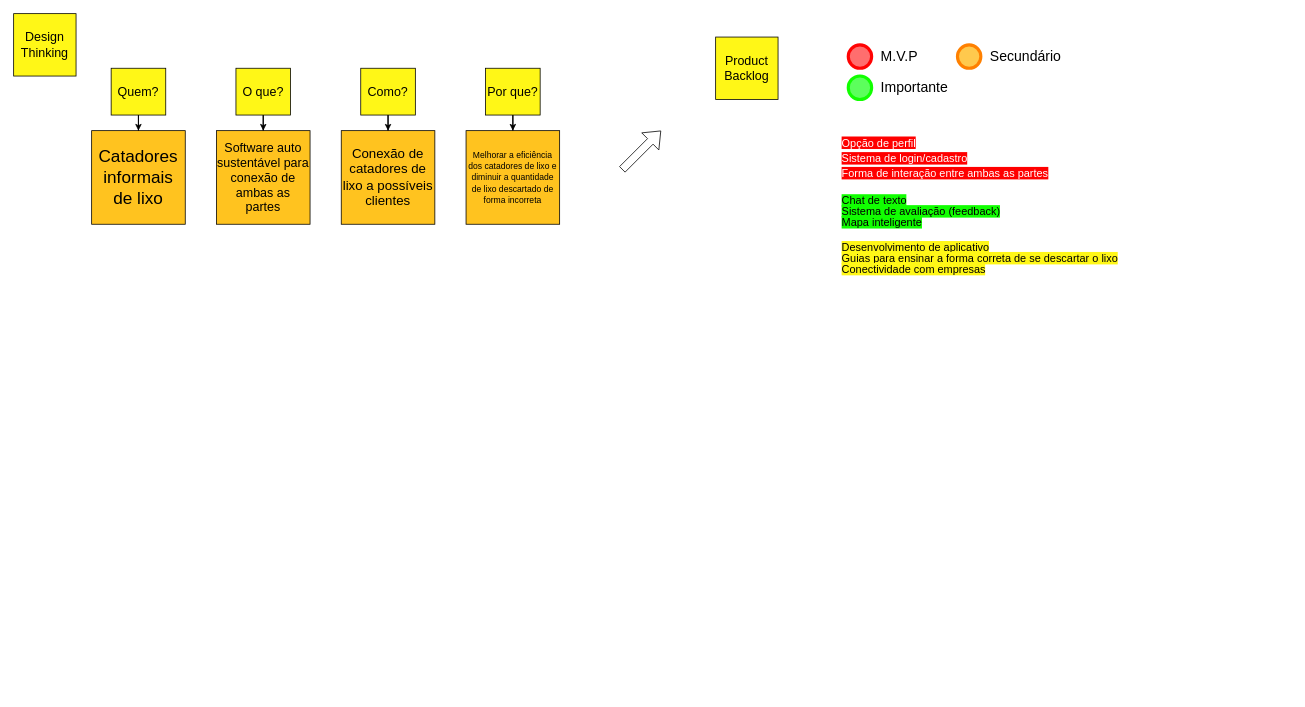
Above: conceitos/colet.drawio in DanielDamb72/colet (draw.io), before the change. Source tidied: cells renumbered, new cells numbered last; positions are measured from the earlier drawing's top-left corner, leaving out a move shared by most shapes. Both pictures are drawn from the tidied source at 78%, with x=0, y=0 at pixel (13, 13).
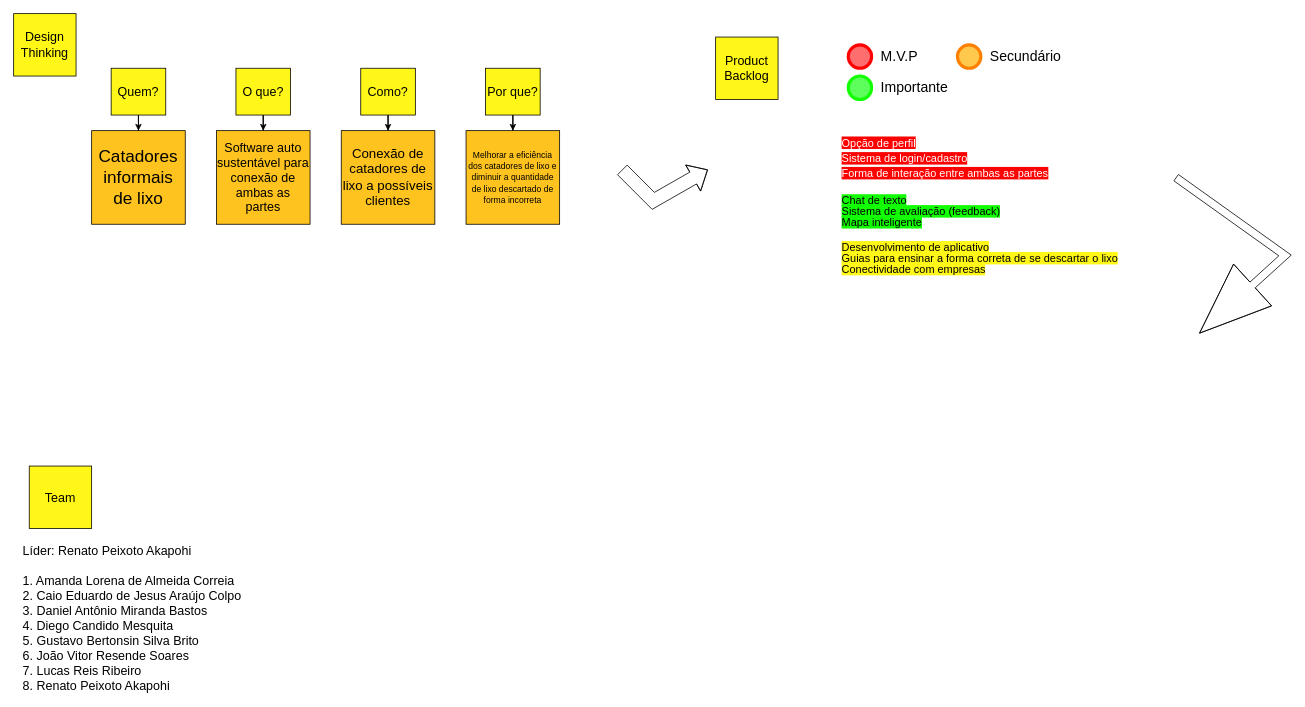
The same page after the edit.

Diff of the diagram source:
```diff
@@
-    <mxCell id="22" style="shape=flexArrow;endArrow=classic;html=1;rounded=0;fontSize=18;" parent="1" edge="1">
+    <mxCell id="22" style="shape=flexArrow;endArrow=classic;html=1;rounded=0;fontSize=18;width=17.4468085106383;endSize=6.723404255319149;" parent="1" edge="1">
       <mxGeometry relative="1" as="geometry">
         <mxPoint x="780" y="200" as="sourcePoint" />
-        <mxPoint x="830" y="150" as="targetPoint" />
+        <mxPoint x="890" y="200" as="targetPoint" />
+        <Array as="points">
+          <mxPoint x="820" y="240" />
+        </Array>
       </mxGeometry>
     </mxCell>
@@
+    <mxCell id="24" value="&lt;font&gt;&lt;span style=&quot;font-size: 16px&quot;&gt;Team&lt;/span&gt;&lt;br&gt;&lt;/font&gt;" style="whiteSpace=wrap;html=1;fillColor=#FFF717;" parent="1" vertex="1">
+      <mxGeometry x="20" y="580" width="80" height="80" as="geometry" />
+    </mxCell>
+    <mxCell id="25" value="&lt;font style=&quot;font-size: 16px&quot;&gt;Líder: Renato Peixoto Akapohi&lt;br&gt;&lt;br&gt;1. Amanda Lorena de Almeida Correia&lt;br&gt;2. Caio Eduardo de Jesus Araújo Colpo&lt;br&gt;3. Daniel Antônio Miranda Bastos&lt;br&gt;4. Diego Candido Mesquita&lt;br&gt;5. Gustavo Bertonsin Silva Brito&lt;br&gt;6. João Vitor Resende Soares&lt;br&gt;7. Lucas Reis Ribeiro&lt;br&gt;8. Renato Peixoto Akapohi&lt;br&gt;&lt;/font&gt;" style="text;html=1;strokeColor=none;fillColor=none;align=left;verticalAlign=middle;whiteSpace=wrap;rounded=0;labelBackgroundColor=#FFFFFF;fontSize=14;fontColor=#000000;" parent="1" vertex="1">
+      <mxGeometry x="10" y="710" width="340" height="130" as="geometry" />
+    </mxCell>
+    <mxCell id="26" style="shape=flexArrow;endArrow=classic;html=1;rounded=0;fontSize=16;fontColor=#000000;endWidth=61.42857142857143;endSize=30.300000000000004;" parent="1" edge="1">
+      <mxGeometry relative="1" as="geometry">
+        <mxPoint x="1490" y="210" as="sourcePoint" />
+        <mxPoint x="1520" y="410" as="targetPoint" />
+        <Array as="points">
+          <mxPoint x="1630" y="310" />
+        </Array>
+      </mxGeometry>
+    </mxCell>
```
